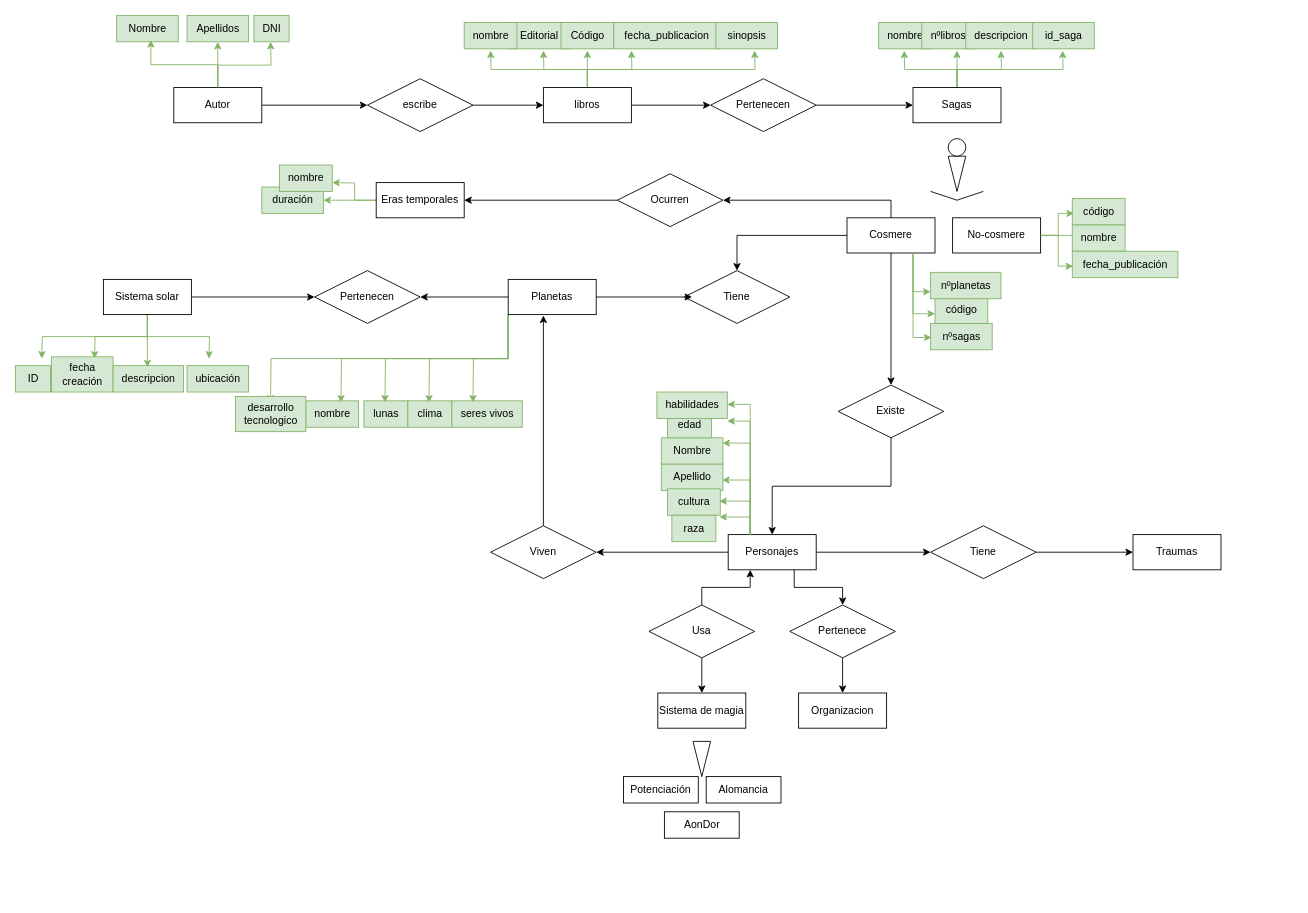
Above: Diagrama sin título.drawio in IvanBL8/EntidadRelacionCosmere (draw.io), before the change. Source tidied: cells renumbered, new cells numbered last; positions are measured from the earlier drawing's top-left corner, leaving out a move shared by most shapes. Both pictures are drawn from the tidied source at 88%, with x=0, y=0 at pixel (15, 15).
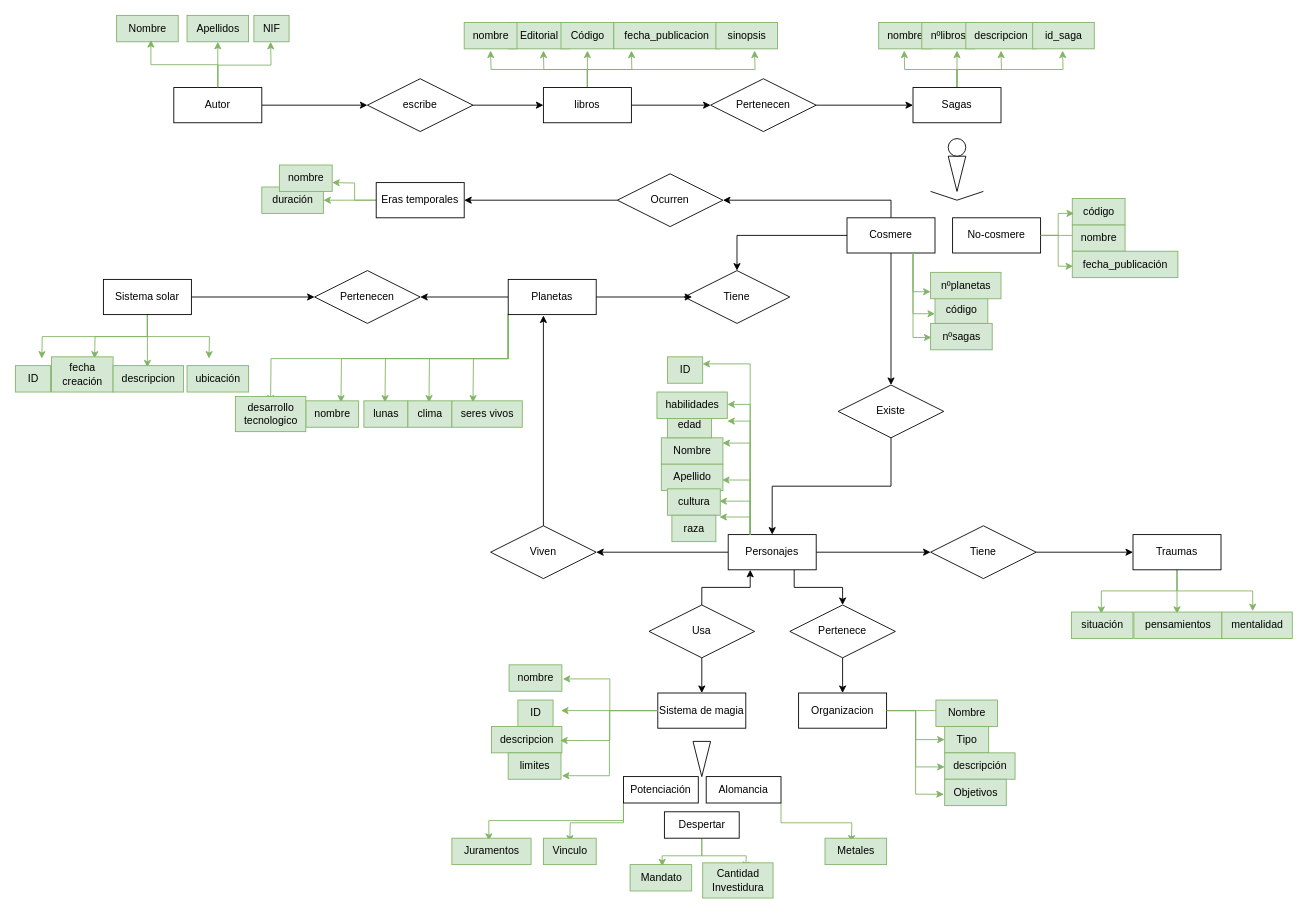
Above is the later version.

The change refers to these unchanged cells:
```xml
<mxCell id="50" value="Personajes" style="whiteSpace=wrap;html=1;align=center;" parent="1" vertex="1">
  <mxGeometry x="810" y="590" width="100" height="40" as="geometry" />
</mxCell>
<mxCell id="53" value="Traumas" style="whiteSpace=wrap;html=1;align=center;" parent="1" vertex="1">
  <mxGeometry x="1270" y="590" width="100" height="40" as="geometry" />
</mxCell>
<mxCell id="59" value="Sistema de magia" style="whiteSpace=wrap;html=1;align=center;" parent="1" vertex="1">
  <mxGeometry x="730" y="770" width="100" height="40" as="geometry" />
</mxCell>
<mxCell id="62" value="Organizacion" style="whiteSpace=wrap;html=1;align=center;" parent="1" vertex="1">
  <mxGeometry x="890" y="770" width="100" height="40" as="geometry" />
</mxCell>
<mxCell id="71" value="Potenciación" style="whiteSpace=wrap;html=1;align=center;" parent="1" vertex="1">
  <mxGeometry x="691" y="865" width="85" height="30" as="geometry" />
</mxCell>
<mxCell id="72" value="Alomancia" style="whiteSpace=wrap;html=1;align=center;" parent="1" vertex="1">
  <mxGeometry x="785" y="865" width="85" height="30" as="geometry" />
</mxCell>
```

What changed in the source:
```diff
@@
+    <mxCell id="121" style="edgeStyle=orthogonalEdgeStyle;rounded=0;jettySize=auto;html=1;exitX=0.5;exitY=1;exitDx=0;exitDy=0;fillColor=#d5e8d4;strokeColor=#82b366;" parent="1" edge="1" source="53">
+      <mxGeometry relative="1" as="geometry">
+        <mxPoint x="1320" y="680" as="targetPoint" />
+      </mxGeometry>
+    </mxCell>
+    <mxCell id="122" style="edgeStyle=orthogonalEdgeStyle;rounded=0;jettySize=auto;html=1;exitX=0.5;exitY=1;exitDx=0;exitDy=0;fillColor=#d5e8d4;strokeColor=#82b366;entryX=0.486;entryY=0.067;entryDx=0;entryDy=0;entryPerimeter=0;" parent="1" edge="1" source="53" target="132">
+      <mxGeometry relative="1" as="geometry" />
+    </mxCell>
+    <mxCell id="123" style="edgeStyle=orthogonalEdgeStyle;rounded=0;jettySize=auto;html=1;exitX=0.5;exitY=1;exitDx=0;exitDy=0;fillColor=#d5e8d4;strokeColor=#82b366;entryX=0.438;entryY=-0.033;entryDx=0;entryDy=0;entryPerimeter=0;" parent="1" edge="1" source="53" target="134">
+      <mxGeometry relative="1" as="geometry" />
+    </mxCell>
@@
+    <mxCell id="124" style="edgeStyle=orthogonalEdgeStyle;rounded=0;jettySize=auto;html=1;exitX=0;exitY=0.5;exitDx=0;exitDy=0;fillColor=#d5e8d4;strokeColor=#82b366;" parent="1" edge="1" source="59">
+      <mxGeometry relative="1" as="geometry">
+        <mxPoint x="620" y="790" as="targetPoint" />
+      </mxGeometry>
+    </mxCell>
@@
+    <mxCell id="125" style="edgeStyle=orthogonalEdgeStyle;rounded=0;jettySize=auto;html=1;exitX=1;exitY=0.5;exitDx=0;exitDy=0;fillColor=#d5e8d4;strokeColor=#82b366;" parent="1" edge="1" source="62">
+      <mxGeometry relative="1" as="geometry">
+        <mxPoint x="1060" y="790" as="targetPoint" />
+      </mxGeometry>
+    </mxCell>
+    <mxCell id="126" style="edgeStyle=orthogonalEdgeStyle;rounded=0;jettySize=auto;html=1;exitX=1;exitY=0.5;exitDx=0;exitDy=0;fillColor=#d5e8d4;strokeColor=#82b366;" parent="1" edge="1" source="62" target="143">
+      <mxGeometry relative="1" as="geometry" />
+    </mxCell>
@@
+    <mxCell id="127" style="edgeStyle=orthogonalEdgeStyle;rounded=0;jettySize=auto;html=1;exitX=0;exitY=1;exitDx=0;exitDy=0;fillColor=#d5e8d4;strokeColor=#82b366;entryX=0.467;entryY=0.1;entryDx=0;entryDy=0;entryPerimeter=0;" parent="1" edge="1" source="71" target="148">
+      <mxGeometry relative="1" as="geometry" />
+    </mxCell>
+    <mxCell id="128" style="edgeStyle=orthogonalEdgeStyle;rounded=0;jettySize=auto;html=1;exitX=0;exitY=1;exitDx=0;exitDy=0;fillColor=#d5e8d4;strokeColor=#82b366;" parent="1" edge="1" source="71">
+      <mxGeometry relative="1" as="geometry">
+        <mxPoint x="630" y="940" as="targetPoint" />
+      </mxGeometry>
+    </mxCell>
@@
+    <mxCell id="129" style="edgeStyle=orthogonalEdgeStyle;rounded=0;jettySize=auto;html=1;exitX=1;exitY=1;exitDx=0;exitDy=0;fillColor=#d5e8d4;strokeColor=#82b366;" parent="1" edge="1" source="72">
+      <mxGeometry relative="1" as="geometry">
+        <mxPoint x="950" y="940" as="targetPoint" />
+      </mxGeometry>
+    </mxCell>
@@
+    <mxCell id="130" style="edgeStyle=orthogonalEdgeStyle;rounded=0;jettySize=auto;html=1;exitX=0.5;exitY=1;exitDx=0;exitDy=0;fillColor=#d5e8d4;strokeColor=#82b366;entryX=0.521;entryY=0.067;entryDx=0;entryDy=0;entryPerimeter=0;" parent="1" edge="1" source="73" target="150">
+      <mxGeometry relative="1" as="geometry" />
+    </mxCell>
+    <mxCell id="131" style="edgeStyle=orthogonalEdgeStyle;rounded=0;jettySize=auto;html=1;exitX=0.5;exitY=1;exitDx=0;exitDy=0;fillColor=#d5e8d4;strokeColor=#82b366;" parent="1" edge="1" source="73">
+      <mxGeometry relative="1" as="geometry">
+        <mxPoint x="830" y="970" as="targetPoint" />
+      </mxGeometry>
+    </mxCell>
-    <mxCell id="73" value="AonDor" style="whiteSpace=wrap;html=1;align=center;" parent="1" vertex="1">
+    <mxCell id="73" value="Despertar" style="whiteSpace=wrap;html=1;align=center;" parent="1" vertex="1">
       <mxGeometry x="737.5" y="905" width="85" height="30" as="geometry" />
     </mxCell>
@@
-    <mxCell id="77" value="DNI" style="text;html=1;align=center;verticalAlign=middle;strokeColor=#82b366;fillColor=#d5e8d4;" parent="1" vertex="1">
+    <mxCell id="77" value="NIF" style="text;html=1;align=center;verticalAlign=middle;strokeColor=#82b366;fillColor=#d5e8d4;" parent="1" vertex="1">
       <mxGeometry x="271" width="40" height="30" as="geometry" />
     </mxCell>
@@
+    <mxCell id="132" value="situación" style="text;html=1;align=center;verticalAlign=middle;points=[];strokeColor=#82b366;fillColor=#d5e8d4;" parent="1" vertex="1">
+      <mxGeometry x="1200" y="678" width="70" height="30" as="geometry" />
+    </mxCell>
+    <mxCell id="133" value="pensamientos" style="text;html=1;align=center;verticalAlign=middle;strokeColor=#82b366;fillColor=#d5e8d4;" parent="1" vertex="1">
+      <mxGeometry x="1271" y="678" width="100" height="30" as="geometry" />
+    </mxCell>
+    <mxCell id="134" value="mentalidad" style="text;html=1;align=center;verticalAlign=middle;points=[];strokeColor=#82b366;fillColor=#d5e8d4;" parent="1" vertex="1">
+      <mxGeometry x="1371" y="678" width="80" height="30" as="geometry" />
+    </mxCell>
+    <mxCell id="135" value="ID" style="text;html=1;align=center;verticalAlign=middle;strokeColor=#82b366;fillColor=#d5e8d4;" parent="1" vertex="1">
+      <mxGeometry x="571" y="778" width="40" height="30" as="geometry" />
+    </mxCell>
+    <mxCell id="136" value="nombre" style="text;html=1;align=center;verticalAlign=middle;points=[];strokeColor=#82b366;fillColor=#d5e8d4;" parent="1" vertex="1">
+      <mxGeometry x="561" y="738" width="60" height="30" as="geometry" />
+    </mxCell>
+    <mxCell id="137" value="descripcion" style="text;html=1;align=center;verticalAlign=middle;points=[];strokeColor=#82b366;fillColor=#d5e8d4;" parent="1" vertex="1">
+      <mxGeometry x="541" y="808" width="80" height="30" as="geometry" />
+    </mxCell>
+    <mxCell id="138" value="limites" style="text;html=1;align=center;verticalAlign=middle;points=[];strokeColor=#82b366;fillColor=#d5e8d4;" parent="1" vertex="1">
+      <mxGeometry x="560" y="838" width="60" height="30" as="geometry" />
+    </mxCell>
+    <mxCell id="139" style="edgeStyle=orthogonalEdgeStyle;rounded=0;jettySize=auto;html=1;exitX=0;exitY=0.5;exitDx=0;exitDy=0;entryX=1.017;entryY=0.533;entryDx=0;entryDy=0;entryPerimeter=0;fillColor=#d5e8d4;strokeColor=#82b366;" parent="1" edge="1" source="59" target="136">
+      <mxGeometry relative="1" as="geometry" />
+    </mxCell>
+    <mxCell id="140" style="edgeStyle=orthogonalEdgeStyle;rounded=0;jettySize=auto;html=1;exitX=0;exitY=0.5;exitDx=0;exitDy=0;entryX=0.975;entryY=0.533;entryDx=0;entryDy=0;entryPerimeter=0;fillColor=#d5e8d4;strokeColor=#82b366;" parent="1" edge="1" source="59" target="137">
+      <mxGeometry relative="1" as="geometry" />
+    </mxCell>
+    <mxCell id="141" style="edgeStyle=orthogonalEdgeStyle;rounded=0;jettySize=auto;html=1;exitX=0;exitY=0.5;exitDx=0;exitDy=0;entryX=1.017;entryY=0.867;entryDx=0;entryDy=0;entryPerimeter=0;fillColor=#d5e8d4;strokeColor=#82b366;" parent="1" edge="1" source="59" target="138">
+      <mxGeometry relative="1" as="geometry" />
+    </mxCell>
+    <mxCell id="142" value="Nombre" style="text;html=1;align=center;verticalAlign=middle;strokeColor=#82b366;fillColor=#d5e8d4;" parent="1" vertex="1">
+      <mxGeometry x="1046" y="778" width="70" height="30" as="geometry" />
+    </mxCell>
+    <mxCell id="143" value="Tipo" style="text;html=1;align=center;verticalAlign=middle;points=[];strokeColor=#82b366;fillColor=#d5e8d4;" parent="1" vertex="1">
+      <mxGeometry x="1056" y="808" width="50" height="30" as="geometry" />
+    </mxCell>
+    <mxCell id="144" value="descripción" style="text;html=1;align=center;verticalAlign=middle;points=[];strokeColor=#82b366;fillColor=#d5e8d4;" parent="1" vertex="1">
+      <mxGeometry x="1056" y="838" width="80" height="30" as="geometry" />
+    </mxCell>
+    <mxCell id="145" style="edgeStyle=orthogonalEdgeStyle;rounded=0;jettySize=auto;html=1;exitX=1;exitY=0.5;exitDx=0;exitDy=0;entryX=0;entryY=0.533;entryDx=0;entryDy=0;entryPerimeter=0;fillColor=#d5e8d4;strokeColor=#82b366;" parent="1" edge="1" source="62" target="144">
+      <mxGeometry relative="1" as="geometry" />
+    </mxCell>
+    <mxCell id="146" value="Objetivos" style="text;html=1;align=center;verticalAlign=middle;points=[];strokeColor=#82b366;fillColor=#d5e8d4;" parent="1" vertex="1">
+      <mxGeometry x="1056" y="868" width="70" height="30" as="geometry" />
+    </mxCell>
+    <mxCell id="147" style="edgeStyle=orthogonalEdgeStyle;rounded=0;jettySize=auto;html=1;exitX=1;exitY=0.5;exitDx=0;exitDy=0;entryX=-0.014;entryY=0.567;entryDx=0;entryDy=0;entryPerimeter=0;fillColor=#d5e8d4;strokeColor=#82b366;" parent="1" edge="1" source="62" target="146">
+      <mxGeometry relative="1" as="geometry" />
+    </mxCell>
+    <mxCell id="148" value="Juramentos" style="text;html=1;align=center;verticalAlign=middle;points=[];strokeColor=#82b366;fillColor=#d5e8d4;" parent="1" vertex="1">
+      <mxGeometry x="496" y="935" width="90" height="30" as="geometry" />
+    </mxCell>
+    <mxCell id="149" value="Metales" style="text;html=1;align=center;verticalAlign=middle;strokeColor=#82b366;fillColor=#d5e8d4;" parent="1" vertex="1">
+      <mxGeometry x="920" y="935" width="70" height="30" as="geometry" />
+    </mxCell>
+    <mxCell id="150" value="Mandato" style="text;html=1;align=center;verticalAlign=middle;points=[];strokeColor=#82b366;fillColor=#d5e8d4;" parent="1" vertex="1">
+      <mxGeometry x="698.5" y="965" width="70" height="30" as="geometry" />
+    </mxCell>
+    <mxCell id="151" value="Vinculo" style="text;html=1;align=center;verticalAlign=middle;strokeColor=#82b366;fillColor=#d5e8d4;" parent="1" vertex="1">
+      <mxGeometry x="600" y="935" width="60" height="30" as="geometry" />
+    </mxCell>
+    <mxCell id="152" value="&lt;div&gt;Cantidad&lt;/div&gt;&lt;div&gt;Investidura&lt;br&gt;&lt;/div&gt;" style="text;html=1;align=center;verticalAlign=middle;strokeColor=#82b366;fillColor=#d5e8d4;" parent="1" vertex="1">
+      <mxGeometry x="781" y="963" width="80" height="40" as="geometry" />
+    </mxCell>
+    <mxCell id="153" value="ID" style="text;html=1;align=center;verticalAlign=middle;points=[];strokeColor=#82b366;fillColor=#d5e8d4;" parent="1" vertex="1">
+      <mxGeometry x="741" y="388" width="40" height="30" as="geometry" />
+    </mxCell>
+    <mxCell id="154" style="edgeStyle=orthogonalEdgeStyle;rounded=0;jettySize=auto;html=1;exitX=0.25;exitY=0;exitDx=0;exitDy=0;entryX=0.995;entryY=0.267;entryDx=0;entryDy=0;entryPerimeter=0;fillColor=#d5e8d4;strokeColor=#82b366;" parent="1" edge="1" source="50" target="153">
+      <mxGeometry relative="1" as="geometry" />
+    </mxCell>
```
